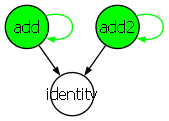
ParasManiAdhikari/TranspilerC keeps this Graphviz diagram as photo.png. Above is the earlier version. Its source is kept beside it as photo.gv.
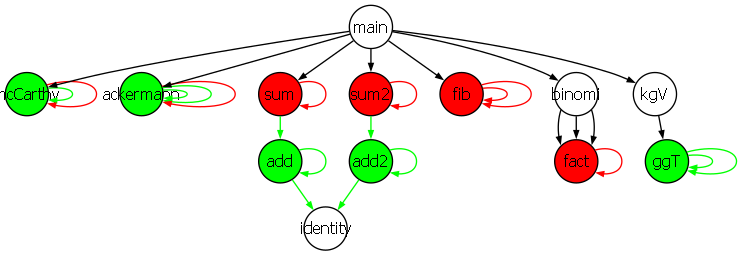
After the change.

The edit, as a diff of the source:
```diff
@@ -3,10 +3,36 @@
     edge [arrowsize=.5]
     node [shape=circle, style=filled, fontname="ArialNarrow",
           fontsize=12, fixedsize=true, height=.45];
-    add [fillcolor=green]; add2 [fillcolor=green];
-    identity [fillcolor=white];
+    add [fillcolor=green]; add2 [fillcolor=green]; ggT [fillcolor=green]; mcCarthy [fillcolor=green]; ackermann [fillcolor=green];
+    sum [fillcolor=red]; sum2 [fillcolor=red]; fact [fillcolor=red]; fib [fillcolor=red];
+    main [fillcolor=white]; identity [fillcolor=white]; binomi [fillcolor=white]; kgV [fillcolor=white];
+    add -> identity [color=green];
     add -> add [color=green];
     add2 -> add2 [color=green];
-    add -> identity [color=black];
-    add2 -> identity [color=black];
+    add2 -> identity [color=green];
+    sum -> add [color=green];
+    sum2 -> add2 [color=green];
+    ggT -> ggT [color=green];
+    ggT -> ggT [color=green];
+    mcCarthy -> mcCarthy [color=green];
+    ackermann -> ackermann [color=green];
+    ackermann -> ackermann [color=green];
+    sum -> sum [color=red];
+    sum2 -> sum2 [color=red];
+    fact -> fact [color=red];
+    fib -> fib [color=red];
+    fib -> fib [color=red];
+    mcCarthy -> mcCarthy [color=red];
+    ackermann -> ackermann [color=red];
+    main -> sum [color=black];
+    main -> sum2 [color=black];
+    main -> binomi [color=black];
+    main -> fib [color=black];
+    main -> kgV [color=black];
+    main -> ackermann [color=black];
+    main -> mcCarthy [color=black];
+    binomi -> fact [color=black];
+    binomi -> fact [color=black];
+    binomi -> fact [color=black];
+    kgV -> ggT [color=black];
   }
```
